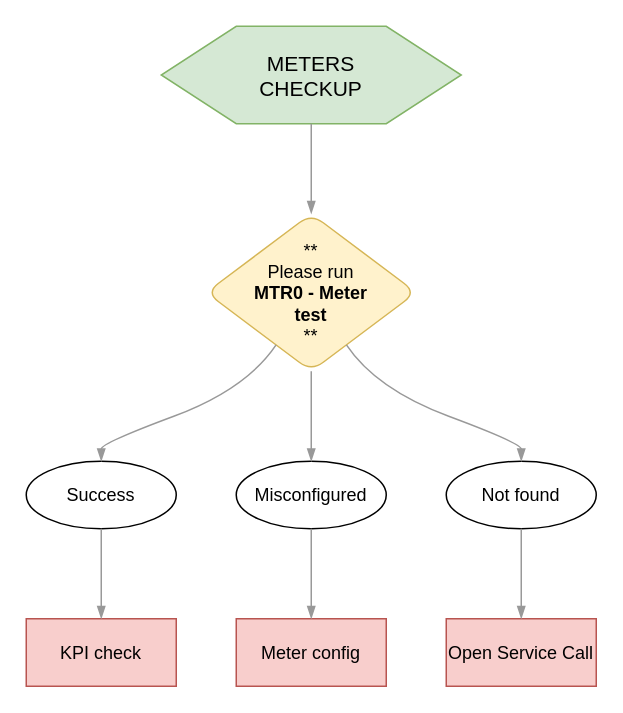
Earlier version of the draw.io diagram page "Page-1" (1 of 3) of SoM.drawio (gialla1987/test-meter). Source tidied: cells renumbered, new cells numbered last; positions are measured from the earlier drawing's top-left corner, leaving out a move shared by most shapes. Both pictures are drawn from the tidied source at 150%, with x=0, y=0 at pixel (26, 26).
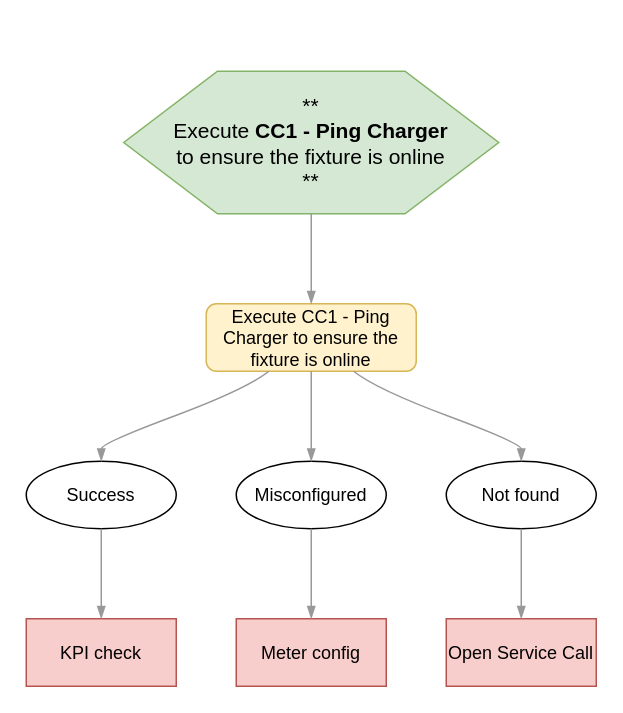
The same page after the edit.

The change refers to these unchanged cells:
```xml
<object id="4" label="%step%" placeholders="1" step="Success">
  <mxCell style="whiteSpace=wrap;shape=ellipse;fillColor=#ffffff;strokeColor=#000000;perimeter=ellipsePerimeter;html=1;" parent="1" vertex="1">
    <mxGeometry y="290" width="100" height="45" as="geometry" />
  </mxCell>
</object>
<object id="5" label="%step%" placeholders="1" step="Misconfigured">
  <mxCell style="whiteSpace=wrap;shape=ellipse;fillColor=#ffffff;strokeColor=#000000;perimeter=ellipsePerimeter;html=1;" parent="1" vertex="1">
    <mxGeometry x="140" y="290" width="100" height="45" as="geometry" />
  </mxCell>
</object>
<object id="6" label="%step%" placeholders="1" step="Not found">
  <mxCell style="whiteSpace=wrap;shape=ellipse;fillColor=#ffffff;strokeColor=#000000;perimeter=ellipsePerimeter;html=1;" parent="1" vertex="1">
    <mxGeometry x="280" y="290" width="100" height="45" as="geometry" />
  </mxCell>
</object>
```

What changed in the source:
```diff
@@
-    <object id="2" label="%step%" placeholders="1" step="METERS&lt;BR&gt;CHECKUP">
+    <object id="2" label="%step%" placeholders="1" step="**&lt;BR&gt;Execute &lt;b&gt;CC1 - Ping Charger&lt;/b&gt;&lt;BR&gt; to ensure the fixture is online&lt;BR&gt;**">
       <mxCell style="whiteSpace=wrap;shape=hexagon;fillColor=#d5e8d4;strokeColor=#82b366;perimeter=hexagonPerimeter;fontSize=14;html=1;" parent="1" vertex="1">
-        <mxGeometry x="90" width="200" height="65" as="geometry" />
+        <mxGeometry x="65" y="30" width="250" height="95" as="geometry" />
       </mxCell>
     </object>
-    <object id="3" label="%step%" placeholders="1" step="**&lt;BR&gt;Please run&lt;BR&gt;&lt;b&gt;MTR0 - Meter&lt;BR&gt;test&lt;/b&gt;&lt;BR&gt;**">
-      <mxCell style="whiteSpace=wrap;shape=rhombus;rounded=1;fillColor=#fff2cc;strokeColor=#d6b656;perimeter=rhombusPerimeter;html=1;" parent="1" vertex="1">
-        <mxGeometry x="120" y="125" width="140" height="105" as="geometry" />
-      </mxCell>
-    </object>
+    <object id="17" label="%step%" placeholders="1" step="Execute CC1 - Ping Charger to ensure the fixture is online">
+      <mxCell style="whiteSpace=wrap;rounded=1;fillColor=#fff2cc;strokeColor=#d6b656;html=1;" parent="1" vertex="1">
+        <mxGeometry x="120" y="185" width="140" height="45" as="geometry" />
+      </mxCell>
+    </object>
@@
-    <mxCell id="10" style="curved=1;endArrow=blockThin;startArrow=none;strokeColor=#999999;endFill=1;" parent="1" edge="1" source="2" target="3">
-      <mxGeometry relative="1" as="geometry">
-        <Array as="points">
-          <mxPoint x="190" y="77" />
-          <mxPoint x="190" y="113" />
-        </Array>
-      </mxGeometry>
-    </mxCell>
-    <mxCell id="11" style="curved=1;endArrow=blockThin;startArrow=none;strokeColor=#999999;endFill=1;" parent="1" edge="1" source="3" target="4">
-      <mxGeometry relative="1" as="geometry">
-        <Array as="points">
-          <mxPoint x="146.7" y="242" />
-          <mxPoint x="50" y="278" />
-        </Array>
-      </mxGeometry>
-    </mxCell>
-    <mxCell id="12" style="curved=1;endArrow=blockThin;startArrow=none;strokeColor=#999999;endFill=1;" parent="1" edge="1" source="3" target="5">
-      <mxGeometry relative="1" as="geometry">
-        <Array as="points">
-          <mxPoint x="190" y="244" />
-          <mxPoint x="190" y="278" />
-        </Array>
-      </mxGeometry>
-    </mxCell>
-    <mxCell id="13" style="curved=1;endArrow=blockThin;startArrow=none;strokeColor=#999999;endFill=1;" parent="1" edge="1" source="3" target="6">
-      <mxGeometry relative="1" as="geometry">
-        <Array as="points">
-          <mxPoint x="233.3" y="242" />
-          <mxPoint x="330" y="278" />
-        </Array>
-      </mxGeometry>
-    </mxCell>
+    <mxCell id="18" style="curved=1;endArrow=blockThin;startArrow=none;strokeColor=#999999;endFill=1;" parent="1" edge="1" source="2" target="17">
+      <mxGeometry relative="1" as="geometry">
+        <Array as="points">
+          <mxPoint x="190" y="137" />
+          <mxPoint x="190" y="173" />
+        </Array>
+      </mxGeometry>
+    </mxCell>
+    <mxCell id="19" style="curved=1;endArrow=blockThin;startArrow=none;strokeColor=#999999;endFill=1;" parent="1" edge="1" source="17" target="4">
+      <mxGeometry relative="1" as="geometry">
+        <Array as="points">
+          <mxPoint x="146.7" y="242" />
+          <mxPoint x="50" y="278" />
+        </Array>
+      </mxGeometry>
+    </mxCell>
+    <mxCell id="20" style="curved=1;endArrow=blockThin;startArrow=none;strokeColor=#999999;endFill=1;" parent="1" edge="1" source="17" target="5">
+      <mxGeometry relative="1" as="geometry">
+        <Array as="points">
+          <mxPoint x="190" y="244" />
+          <mxPoint x="190" y="278" />
+        </Array>
+      </mxGeometry>
+    </mxCell>
+    <mxCell id="21" style="curved=1;endArrow=blockThin;startArrow=none;strokeColor=#999999;endFill=1;" parent="1" edge="1" source="17" target="6">
+      <mxGeometry relative="1" as="geometry">
+        <Array as="points">
+          <mxPoint x="233.3" y="242" />
+          <mxPoint x="330" y="278" />
+        </Array>
+      </mxGeometry>
+    </mxCell>
```
